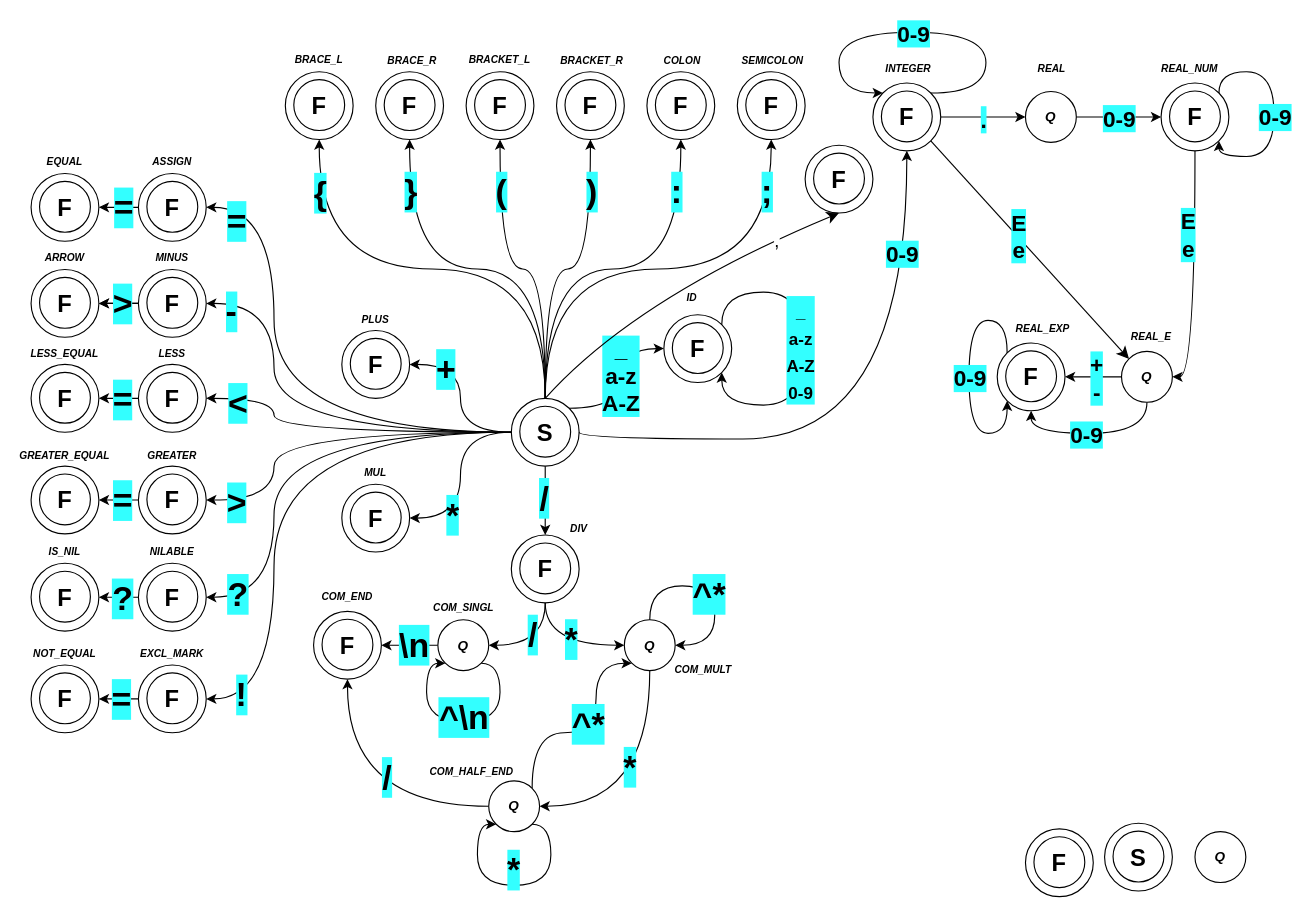
Above: lexer.drawio in xshche05/IFJ-2023-project-compiler (draw.io), before the change. Source tidied: cells renumbered, new cells numbered last; positions are measured from the earlier drawing's top-left corner, leaving out a move shared by most shapes. Both pictures are drawn from the tidied source at 113%, with x=0, y=0 at pixel (31, 32).
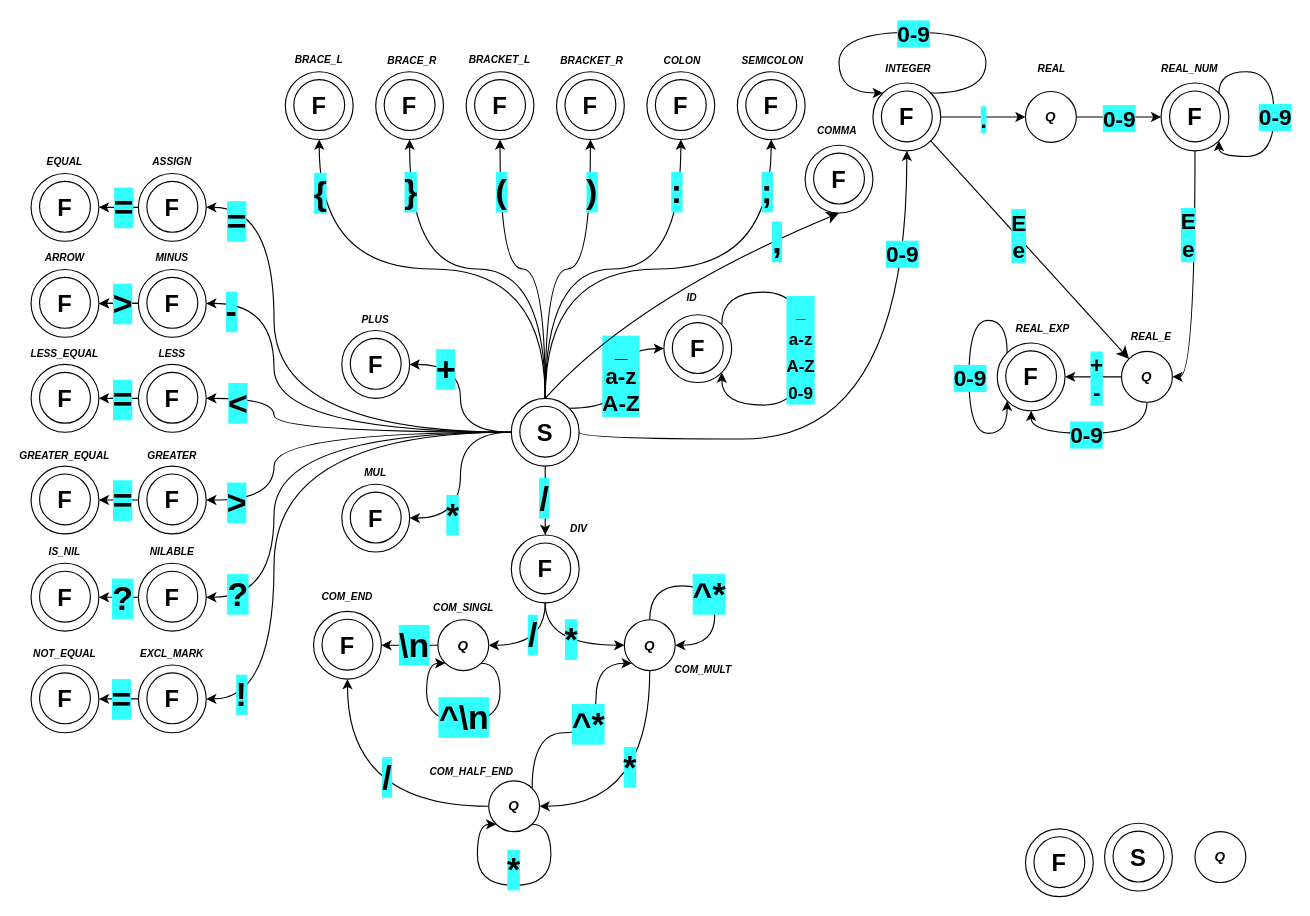
Above is the later version.

The change refers to these unchanged cells:
```xml
<mxCell id="244" style="edgeStyle=none;curved=1;rounded=0;jettySize=auto;html=1;exitX=0.5;exitY=0;exitDx=0;exitDy=0;entryX=0.5;entryY=1;entryDx=0;entryDy=0;fontSize=12;startSize=8;endSize=8;" parent="1" edge="1" source="3" target="7">
  <mxGeometry relative="1" as="geometry">
    <Array as="points">
      <mxPoint x="535" y="235" />
    </Array>
  </mxGeometry>
</mxCell>
```

What changed in the source:
```diff
@@
-    <mxCell id="245" value="," style="edgeLabel;html=1;align=center;verticalAlign=middle;fontSize=16;" parent="244" vertex="1">
+    <mxCell id="245" value="," style="edgeLabel;html=1;align=center;verticalAlign=middle;fontSize=30;labelBackgroundColor=#33FFFF;fontStyle=1;" parent="244" vertex="1">
       <mxGeometry x="0.61" y="-1" relative="1" as="geometry">
         <mxPoint x="1" as="offset" />
       </mxGeometry>
     </mxCell>
+    <mxCell id="246" value="COMMA" style="text;html=1;align=center;verticalAlign=middle;strokeColor=none;fillColor=none;fontSize=9;fontStyle=3;" parent="1" vertex="1">
+      <mxGeometry x="685" y="75" width="55" height="25" as="geometry" />
+    </mxCell>
```
